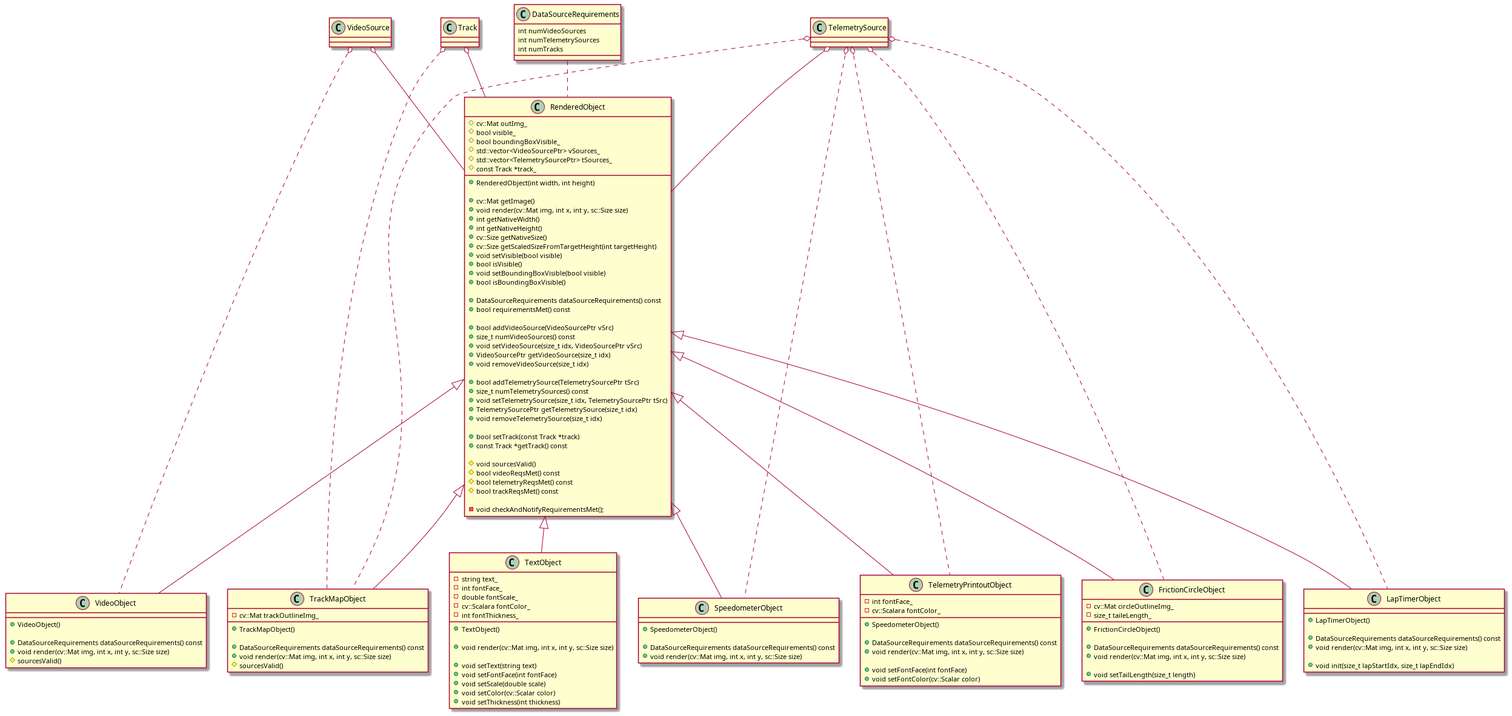
Earlier version of the PlantUML export docs/plantuml_imgs/graphicsClasses.png (hankedan000/gopro-overlay).
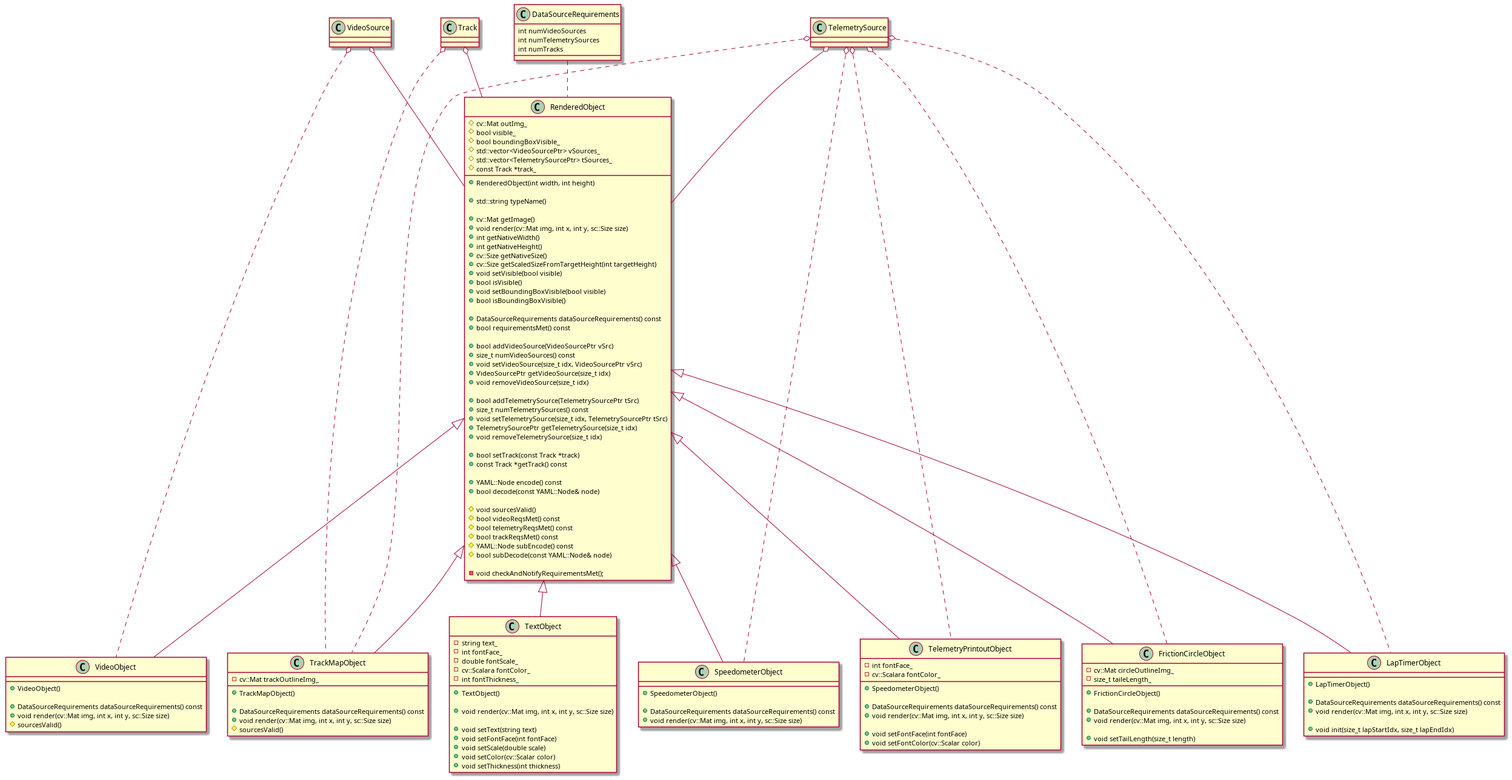
The same diagram one commit later.

Change to the diagram source:
```diff
@@ -8,6 +8,8 @@
 
 class RenderedObject {
 	+RenderedObject(int width, int height)
+
+	+std::string typeName()
 
 	+cv::Mat getImage()
 	+void render(cv::Mat img, int x, int y, sc::Size size)
@@ -38,10 +40,15 @@
 	+bool setTrack(const Track *track)
 	+const Track *getTrack() const
 
+	+YAML::Node encode() const
+	+bool decode(const YAML::Node& node)
+
 	#void sourcesValid()
 	#bool videoReqsMet() const
 	#bool telemetryReqsMet() const
 	#bool trackReqsMet() const
+	#YAML::Node subEncode() const
+	#bool subDecode(const YAML::Node& node)
 
 	-void checkAndNotifyRequirementsMet();
 
```
